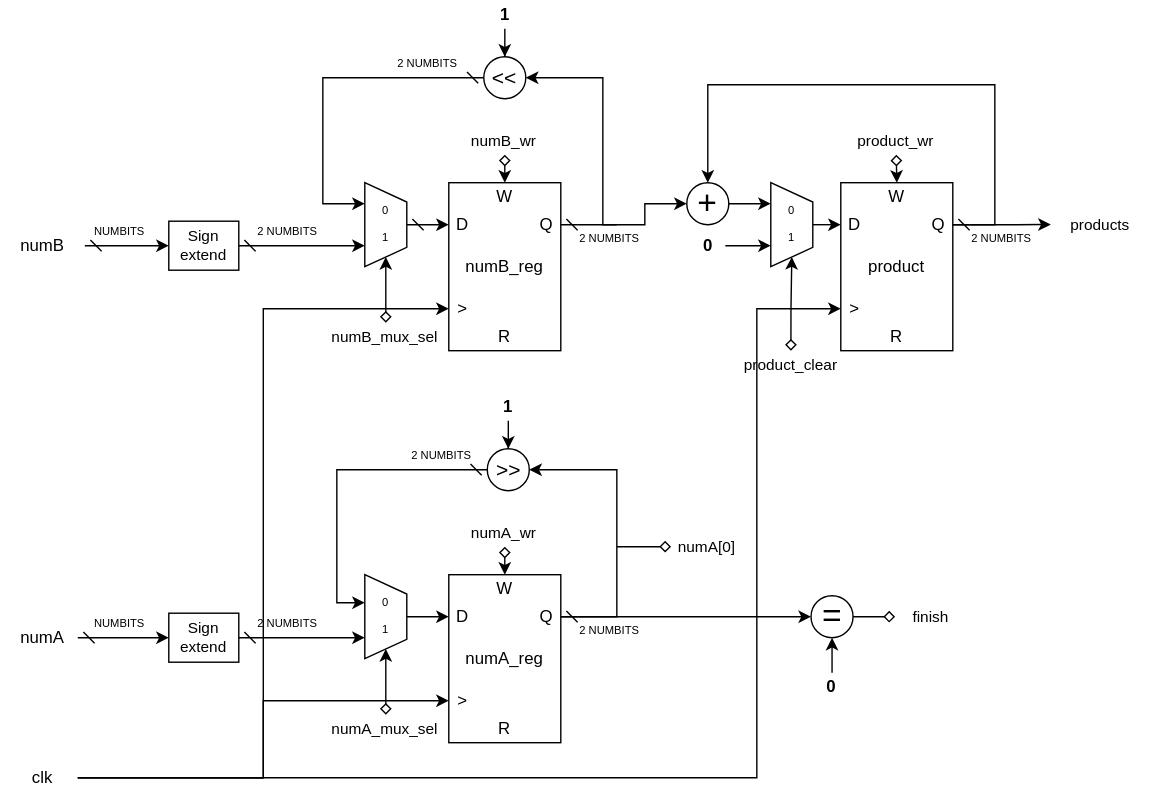
This is Tayyab/SequentialSignedMultiplier/docs/images/datapath.drawio.svg from medsuet/Xcelerium-IC-Design-Training, a draw.io export, as it was before one commit. Source tidied: cells renumbered, new cells last; positions are measured from the earlier drawing's top-left corner, leaving out a move shared by most shapes.
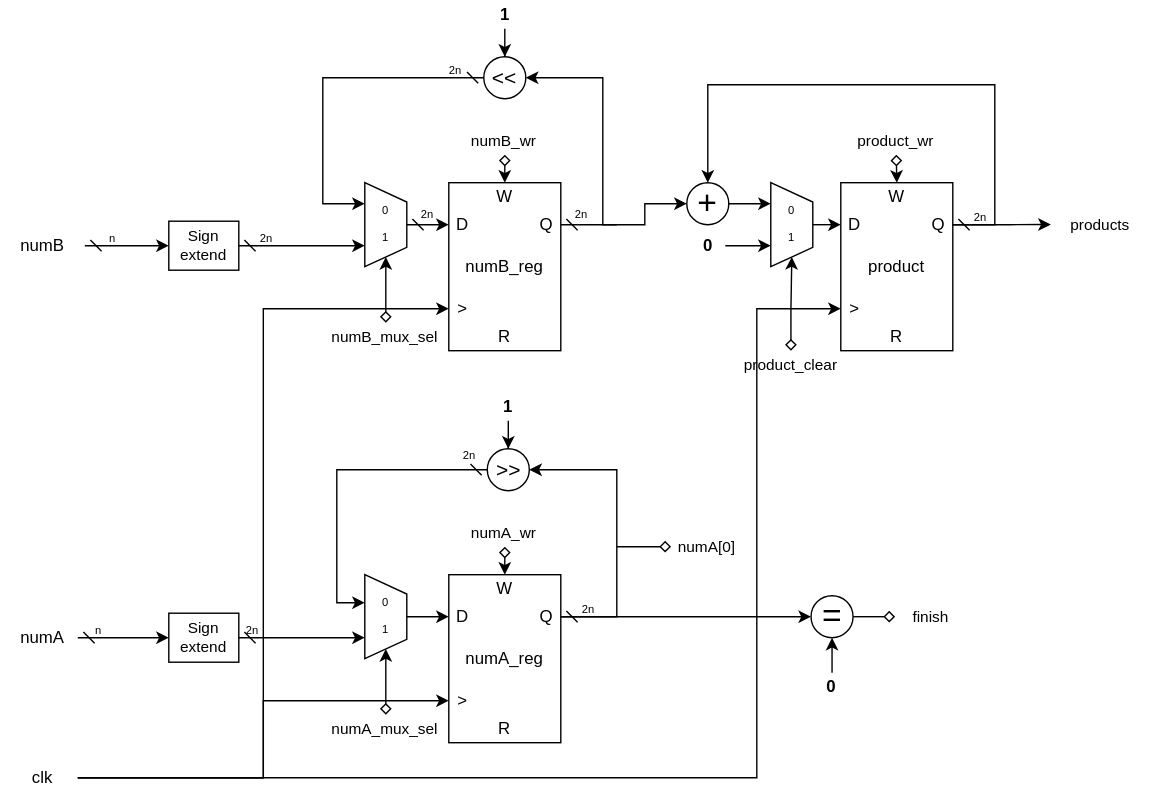
After the change.

Diff of the diagram source:
```diff
@@ -233,24 +233,9 @@
     <mxCell id="64" value="products" style="text;html=1;align=center;verticalAlign=middle;whiteSpace=wrap;rounded=0;fontSize=11;" parent="1" vertex="1">
       <mxGeometry x="750" y="150" width="71.2" height="20" as="geometry" />
     </mxCell>
-    <mxCell id="65" value="&lt;font style=&quot;font-size: 8px;&quot;&gt;2 NUMBITS&lt;/font&gt;" style="text;html=1;align=center;verticalAlign=middle;whiteSpace=wrap;rounded=0;fontSize=8;" parent="1" vertex="1">
-      <mxGeometry x="180" y="160" width="50" height="10" as="geometry" />
+    <mxCell id="65" value="&lt;font style=&quot;font-size: 8px;&quot;&gt;2n&lt;/font&gt;" style="text;html=1;align=center;verticalAlign=middle;whiteSpace=wrap;rounded=0;fontSize=8;" parent="1" vertex="1">
+      <mxGeometry x="180" y="165" width="20" height="10" as="geometry" />
     </mxCell>
-    <mxCell id="66" value="&lt;font style=&quot;font-size: 8px;&quot;&gt;2 NUMBITS&lt;/font&gt;" style="text;html=1;align=center;verticalAlign=middle;whiteSpace=wrap;rounded=0;fontSize=8;" parent="1" vertex="1">
-      <mxGeometry x="410" y="165" width="50" height="10" as="geometry" />
-    </mxCell>
-    <mxCell id="67" value="&lt;font style=&quot;font-size: 8px;&quot;&gt;2 NUMBITS&lt;/font&gt;" style="text;html=1;align=center;verticalAlign=middle;whiteSpace=wrap;rounded=0;fontSize=8;" parent="1" vertex="1">
-      <mxGeometry x="280" y="40" width="50" height="10" as="geometry" />
-    </mxCell>
-    <mxCell id="68" value="&lt;font style=&quot;font-size: 8px;&quot;&gt;2 NUMBITS&lt;/font&gt;" style="text;html=1;align=center;verticalAlign=middle;whiteSpace=wrap;rounded=0;fontSize=8;" parent="1" vertex="1">
-      <mxGeometry x="690" y="165" width="50" height="10" as="geometry" />
-    </mxCell>
-    <mxCell id="69" value="&lt;font style=&quot;font-size: 8px;&quot;&gt;2 NUMBITS&lt;/font&gt;" style="text;html=1;align=center;verticalAlign=middle;whiteSpace=wrap;rounded=0;fontSize=8;" parent="1" vertex="1">
-      <mxGeometry x="410" y="445" width="50" height="10" as="geometry" />
-    </mxCell>
-    <mxCell id="70" value="&lt;font style=&quot;font-size: 8px;&quot;&gt;2 NUMBITS&lt;/font&gt;" style="text;html=1;align=center;verticalAlign=middle;whiteSpace=wrap;rounded=0;fontSize=8;" parent="1" vertex="1">
-      <mxGeometry x="290" y="320" width="50" height="10" as="geometry" />
-    </mxCell>
     <mxCell id="71" style="edgeStyle=orthogonalEdgeStyle;rounded=0;jettySize=auto;html=1;exitX=0.5;exitY=0;exitDx=0;exitDy=0;startArrow=diamond;startFill=0;" parent="1" edge="1" source="72" target="22">
       <mxGeometry relative="1" as="geometry" />
     </mxCell>
@@ -291,20 +276,38 @@
     <mxCell id="82" style="edgeStyle=orthogonalEdgeStyle;rounded=0;jettySize=auto;html=1;exitX=1;exitY=0.5;exitDx=0;exitDy=0;entryX=0.25;entryY=1;entryDx=0;entryDy=0;entryPerimeter=0;startArrow=dash;startFill=0;" parent="1" edge="1" source="81" target="22">
       <mxGeometry relative="1" as="geometry" />
     </mxCell>
-    <mxCell id="83" value="&lt;font style=&quot;font-size: 8px;&quot;&gt;NUMBITS&lt;/font&gt;" style="text;html=1;align=center;verticalAlign=middle;whiteSpace=wrap;rounded=0;fontSize=8;" parent="1" vertex="1">
-      <mxGeometry x="60" y="160" width="50" height="10" as="geometry" />
+    <mxCell id="83" value="&lt;font style=&quot;font-size: 8px;&quot;&gt;n&lt;/font&gt;" style="text;html=1;align=center;verticalAlign=middle;whiteSpace=wrap;rounded=0;fontSize=8;" parent="1" vertex="1">
+      <mxGeometry x="70" y="165" width="20" height="10" as="geometry" />
     </mxCell>
-    <mxCell id="84" value="&lt;font style=&quot;font-size: 8px;&quot;&gt;2 NUMBITS&lt;/font&gt;" style="text;html=1;align=center;verticalAlign=middle;whiteSpace=wrap;rounded=0;fontSize=8;" parent="1" vertex="1">
-      <mxGeometry x="180" y="440" width="50" height="10" as="geometry" />
-    </mxCell>
     <mxCell id="85" value="Sign extend" style="rounded=0;whiteSpace=wrap;html=1;fontSize=11;" parent="1" vertex="1">
       <mxGeometry x="120" y="437.5" width="50" height="35" as="geometry" />
     </mxCell>
-    <mxCell id="86" value="&lt;font style=&quot;font-size: 8px;&quot;&gt;NUMBITS&lt;/font&gt;" style="text;html=1;align=center;verticalAlign=middle;whiteSpace=wrap;rounded=0;fontSize=8;" parent="1" vertex="1">
-      <mxGeometry x="60" y="440" width="50" height="10" as="geometry" />
-    </mxCell>
     <mxCell id="87" style="edgeStyle=orthogonalEdgeStyle;rounded=0;jettySize=auto;html=1;exitX=1;exitY=0.5;exitDx=0;exitDy=0;entryX=0.25;entryY=1;entryDx=0;entryDy=0;entryPerimeter=0;startArrow=dash;startFill=0;" parent="1" edge="1" source="85" target="43">
       <mxGeometry relative="1" as="geometry" />
     </mxCell>
+    <mxCell id="88" value="&lt;font style=&quot;font-size: 8px;&quot;&gt;2n&lt;/font&gt;" style="text;html=1;align=center;verticalAlign=middle;whiteSpace=wrap;rounded=0;fontSize=8;" parent="1" vertex="1">
+      <mxGeometry x="314.6" y="45" width="20" height="10" as="geometry" />
+    </mxCell>
+    <mxCell id="89" value="&lt;font style=&quot;font-size: 8px;&quot;&gt;2n&lt;/font&gt;" style="text;html=1;align=center;verticalAlign=middle;whiteSpace=wrap;rounded=0;fontSize=8;" parent="1" vertex="1">
+      <mxGeometry x="294.6" y="147.5" width="20" height="10" as="geometry" />
+    </mxCell>
+    <mxCell id="90" value="&lt;font style=&quot;font-size: 8px;&quot;&gt;2n&lt;/font&gt;" style="text;html=1;align=center;verticalAlign=middle;whiteSpace=wrap;rounded=0;fontSize=8;" parent="1" vertex="1">
+      <mxGeometry x="400" y="147.5" width="30" height="10" as="geometry" />
+    </mxCell>
+    <mxCell id="91" value="&lt;font style=&quot;font-size: 8px;&quot;&gt;2n&lt;/font&gt;" style="text;html=1;align=center;verticalAlign=middle;whiteSpace=wrap;rounded=0;fontSize=8;" parent="1" vertex="1">
+      <mxGeometry x="690" y="150" width="20" height="10" as="geometry" />
+    </mxCell>
+    <mxCell id="92" value="&lt;font style=&quot;font-size: 8px;&quot;&gt;n&lt;/font&gt;" style="text;html=1;align=center;verticalAlign=middle;whiteSpace=wrap;rounded=0;fontSize=8;" parent="1" vertex="1">
+      <mxGeometry x="60" y="445" width="20" height="10" as="geometry" />
+    </mxCell>
+    <mxCell id="93" value="&lt;font style=&quot;font-size: 8px;&quot;&gt;2n&lt;/font&gt;" style="text;html=1;align=center;verticalAlign=middle;whiteSpace=wrap;rounded=0;fontSize=8;" parent="1" vertex="1">
+      <mxGeometry x="170" y="445" width="20" height="10" as="geometry" />
+    </mxCell>
+    <mxCell id="94" value="&lt;font style=&quot;font-size: 8px;&quot;&gt;2n&lt;/font&gt;" style="text;html=1;align=center;verticalAlign=middle;whiteSpace=wrap;rounded=0;fontSize=8;" parent="1" vertex="1">
+      <mxGeometry x="325" y="320" width="20" height="10" as="geometry" />
+    </mxCell>
+    <mxCell id="95" value="&lt;font style=&quot;font-size: 8px;&quot;&gt;2n&lt;/font&gt;" style="text;html=1;align=center;verticalAlign=middle;whiteSpace=wrap;rounded=0;fontSize=8;" parent="1" vertex="1">
+      <mxGeometry x="410" y="430" width="20" height="10" as="geometry" />
+    </mxCell>
   </root>
 </mxGraphModel>
```
